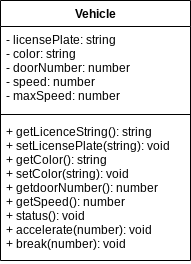
Above: Unit2-05/classDiagram.png in Troy-Appleby/ICS4U-Unit2-Troy-Appleby (draw.io), before the change. Source tidied: cells renumbered, new cells last; positions are measured from the earlier drawing's top-left corner, leaving out a move shared by most shapes.
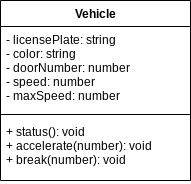
The same diagram one commit later.

Diff of the diagram source:
```diff
@@ -3,7 +3,7 @@
     <mxCell id="0" />
     <mxCell id="1" parent="0" />
     <mxCell id="2" value="Vehicle" style="swimlane;fontStyle=1;align=center;verticalAlign=top;horizontal=1;startSize=26;" parent="1" vertex="1">
-      <mxGeometry width="190" height="260" as="geometry" />
+      <mxGeometry width="190" height="180" as="geometry" />
     </mxCell>
     <mxCell id="3" value="- licensePlate: string&#10;- color: string&#10;- doorNumber: number&#10;- speed: number&#10;- maxSpeed: number" style="text;strokeColor=none;fillColor=none;align=left;verticalAlign=top;spacingLeft=4;spacingRight=4;overflow=hidden;" parent="2" vertex="1">
       <mxGeometry y="26" width="190" height="84" as="geometry" />
@@ -11,8 +11,8 @@
     <mxCell id="4" style="line;strokeWidth=1;fillColor=none;align=left;verticalAlign=middle;spacingTop=-1;spacingLeft=3;spacingRight=3;labelPosition=right;" parent="2" vertex="1">
       <mxGeometry y="110" width="190" height="8" as="geometry" />
     </mxCell>
-    <mxCell id="5" value="+ getLicenceString(): string&#10;+ setLicensePlate(string): void&#10;+ getColor(): string&#10;+ setColor(string): void&#10;+ getdoorNumber(): number&#10;+ getSpeed(): number&#10;+ status(): void&#10;+ accelerate(number): void&#10;+ break(number): void" style="text;strokeColor=none;fillColor=none;align=left;verticalAlign=top;spacingLeft=4;spacingRight=4;overflow=hidden;" parent="2" vertex="1">
-      <mxGeometry y="118" width="190" height="142" as="geometry" />
+    <mxCell id="5" value="+ status(): void&#10;+ accelerate(number): void&#10;+ break(number): void" style="text;strokeColor=none;fillColor=none;align=left;verticalAlign=top;spacingLeft=4;spacingRight=4;overflow=hidden;" parent="2" vertex="1">
+      <mxGeometry y="118" width="190" height="62" as="geometry" />
     </mxCell>
   </root>
 </mxGraphModel>
```
